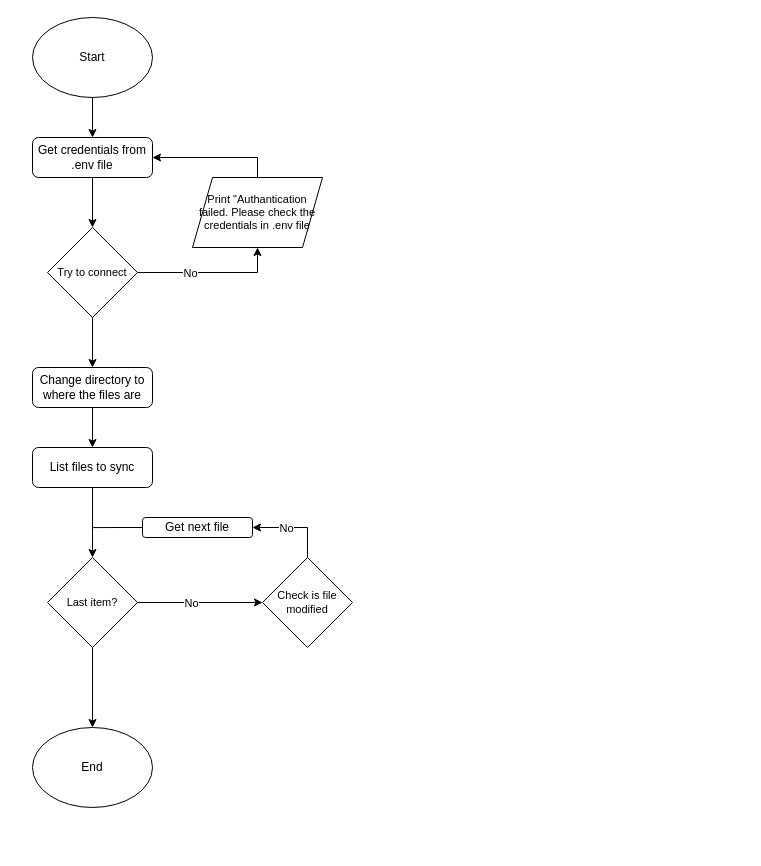
Above: sync.drawio in melihkaragoz/docs (draw.io), before the change. Source tidied: cells renumbered, new cells numbered last; positions are measured from the earlier drawing's top-left corner, leaving out a move shared by most shapes. Both pictures are drawn from the tidied source at 100%, with x=0, y=0 at pixel (32, 17).
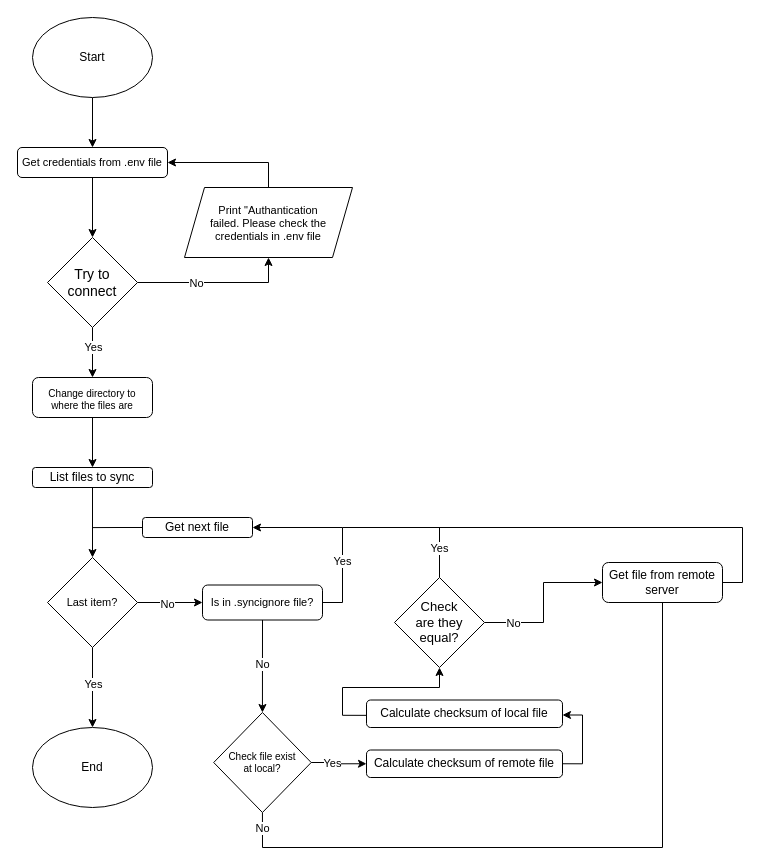
The same page after the edit.

The change refers to these unchanged cells:
```xml
<mxCell id="8" style="edgeStyle=orthogonalEdgeStyle;rounded=0;jettySize=auto;html=1;exitX=0.5;exitY=1;exitDx=0;exitDy=0;entryX=0.5;entryY=0;entryDx=0;entryDy=0;" parent="1" edge="1" source="9" target="13">
  <mxGeometry relative="1" as="geometry" />
</mxCell>
<mxCell id="18" style="edgeStyle=orthogonalEdgeStyle;rounded=0;jettySize=auto;html=1;exitX=0.5;exitY=1;exitDx=0;exitDy=0;entryX=0.5;entryY=0;entryDx=0;entryDy=0;" parent="1" edge="1" source="19" target="25">
  <mxGeometry relative="1" as="geometry" />
</mxCell>
<mxCell id="19" value="Last item?" style="rhombus;whiteSpace=wrap;html=1;fontSize=11;" parent="1" vertex="1">
  <mxGeometry x="15" y="540" width="90" height="90" as="geometry" />
</mxCell>
<mxCell id="24" value="Get next file" style="rounded=1;whiteSpace=wrap;html=1;fontSize=12;glass=0;strokeWidth=1;shadow=0;" parent="1" vertex="1">
  <mxGeometry x="110" y="500" width="110" height="20" as="geometry" />
</mxCell>
```

The edit, as a diff of the source:
```diff
@@
-    <mxCell id="5" value="Get credentials from .env file" style="rounded=1;whiteSpace=wrap;html=1;fontSize=12;glass=0;strokeWidth=1;shadow=0;" parent="1" vertex="1">
-      <mxGeometry y="120" width="120" height="40" as="geometry" />
+    <mxCell id="5" value="Get credentials from .env file" style="rounded=1;whiteSpace=wrap;html=1;fontSize=11;glass=0;strokeWidth=1;shadow=0;" parent="1" vertex="1">
+      <mxGeometry x="-15" y="130" width="150" height="30" as="geometry" />
     </mxCell>
@@
+    <mxCell id="26" value="Yes" style="edgeLabel;html=1;align=center;verticalAlign=middle;" parent="8" vertex="1">
+      <mxGeometry x="-0.23" relative="1" as="geometry" />
+    </mxCell>
-    <mxCell id="9" value="Try to connect" style="rhombus;whiteSpace=wrap;html=1;fontSize=11;" parent="1" vertex="1">
-      <mxGeometry x="15" y="210" width="90" height="90" as="geometry" />
+    <mxCell id="9" value="Try to connect" style="rhombus;whiteSpace=wrap;html=1;fontSize=14;" parent="1" vertex="1">
+      <mxGeometry x="15" y="220" width="90" height="90" as="geometry" />
     </mxCell>
@@
-    <mxCell id="11" value="Print &quot;Authantication failed. Please check the credentials in .env file" style="shape=parallelogram;perimeter=parallelogramPerimeter;fixedSize=1;align=center;fontSize=11;verticalAlign=middle;whiteSpace=wrap;html=1;fontFamily=Helvetica;fontStyle=0;" parent="1" vertex="1">
-      <mxGeometry x="160" y="160" width="130" height="70" as="geometry" />
+    <mxCell id="11" value="Print &quot;Authantication failed. Please check the credentials in .env file" style="shape=parallelogram;perimeter=parallelogramPerimeter;fixedSize=1;align=center;fontSize=11;verticalAlign=middle;whiteSpace=wrap;html=1;fontFamily=Helvetica;fontStyle=0;spacingTop=2;spacing=21;" parent="1" vertex="1">
+      <mxGeometry x="152" y="170" width="168" height="70" as="geometry" />
     </mxCell>
@@
-    <mxCell id="13" value="Change directory to where the files are" style="rounded=1;whiteSpace=wrap;html=1;fontSize=12;glass=0;strokeWidth=1;shadow=0;" parent="1" vertex="1">
-      <mxGeometry y="350" width="120" height="40" as="geometry" />
+    <mxCell id="13" value="Change directory to where the files are" style="rounded=1;whiteSpace=wrap;html=1;fontSize=10;glass=0;strokeWidth=1;shadow=0;spacingTop=4;spacing=5;" parent="1" vertex="1">
+      <mxGeometry y="360" width="120" height="40" as="geometry" />
     </mxCell>
@@
     <mxCell id="15" value="List files to sync" style="rounded=1;whiteSpace=wrap;html=1;fontSize=12;glass=0;strokeWidth=1;shadow=0;" parent="1" vertex="1">
-      <mxGeometry y="430" width="120" height="40" as="geometry" />
+      <mxGeometry y="450" width="120" height="20" as="geometry" />
     </mxCell>
-    <mxCell id="16" style="edgeStyle=orthogonalEdgeStyle;rounded=0;jettySize=auto;html=1;exitX=1;exitY=0.5;exitDx=0;exitDy=0;entryX=0;entryY=0.5;entryDx=0;entryDy=0;" parent="1" edge="1" source="19" target="22">
-      <mxGeometry relative="1" as="geometry" />
-    </mxCell>
-    <mxCell id="17" value="No" style="edgeLabel;html=1;align=center;verticalAlign=middle;" parent="16" vertex="1">
-      <mxGeometry x="-0.15" y="1" relative="1" as="geometry">
-        <mxPoint y="1" as="offset" />
-      </mxGeometry>
-    </mxCell>
@@
+    <mxCell id="27" value="Yes" style="edgeLabel;html=1;align=center;verticalAlign=middle;" parent="18" vertex="1">
+      <mxGeometry x="-0.09" relative="1" as="geometry" />
+    </mxCell>
+    <mxCell id="28" style="edgeStyle=orthogonalEdgeStyle;rounded=0;jettySize=auto;html=1;" parent="1" edge="1" source="19" target="36">
+      <mxGeometry relative="1" as="geometry" />
+    </mxCell>
+    <mxCell id="29" value="No" style="edgeLabel;html=1;align=center;verticalAlign=middle;" parent="28" vertex="1">
+      <mxGeometry x="-0.28" y="2" relative="1" as="geometry">
+        <mxPoint x="6" y="3" as="offset" />
+      </mxGeometry>
+    </mxCell>
@@
-    <mxCell id="20" style="edgeStyle=orthogonalEdgeStyle;rounded=0;jettySize=auto;html=1;exitX=0.5;exitY=0;exitDx=0;exitDy=0;entryX=1;entryY=0.5;entryDx=0;entryDy=0;" parent="1" edge="1" source="22" target="24">
-      <mxGeometry relative="1" as="geometry" />
-    </mxCell>
-    <mxCell id="21" value="No" style="edgeLabel;html=1;align=center;verticalAlign=middle;" parent="20" vertex="1">
-      <mxGeometry x="0.15" y="2" relative="1" as="geometry">
-        <mxPoint x="-3" y="-2" as="offset" />
-      </mxGeometry>
-    </mxCell>
-    <mxCell id="22" value="Check is file modified" style="rhombus;whiteSpace=wrap;html=1;fontSize=11;" parent="1" vertex="1">
-      <mxGeometry x="230" y="540" width="90" height="90" as="geometry" />
-    </mxCell>
@@
+    <mxCell id="30" style="edgeStyle=orthogonalEdgeStyle;rounded=0;jettySize=auto;html=1;exitX=1;exitY=0.5;exitDx=0;exitDy=0;endArrow=none;endFill=0;" parent="1" edge="1" source="31">
+      <mxGeometry relative="1" as="geometry">
+        <mxPoint x="400" y="510" as="targetPoint" />
+        <Array as="points">
+          <mxPoint x="710" y="565" />
+          <mxPoint x="710" y="510" />
+        </Array>
+      </mxGeometry>
+    </mxCell>
+    <mxCell id="31" value="Get file from remote server" style="rounded=1;whiteSpace=wrap;html=1;fontSize=12;glass=0;strokeWidth=1;shadow=0;" parent="1" vertex="1">
+      <mxGeometry x="570" y="545" width="120" height="40" as="geometry" />
+    </mxCell>
+    <mxCell id="32" style="edgeStyle=orthogonalEdgeStyle;rounded=0;jettySize=auto;html=1;exitX=1;exitY=0.5;exitDx=0;exitDy=0;entryX=1;entryY=0.5;entryDx=0;entryDy=0;" parent="1" edge="1" source="36" target="24">
+      <mxGeometry relative="1" as="geometry" />
+    </mxCell>
+    <mxCell id="33" value="Yes" style="edgeLabel;html=1;align=center;verticalAlign=middle;" parent="32" vertex="1">
+      <mxGeometry x="-0.33" y="1" relative="1" as="geometry" />
+    </mxCell>
+    <mxCell id="34" style="edgeStyle=orthogonalEdgeStyle;rounded=0;jettySize=auto;html=1;exitX=0.5;exitY=1;exitDx=0;exitDy=0;entryX=0.5;entryY=0;entryDx=0;entryDy=0;" parent="1" edge="1" source="36" target="49">
+      <mxGeometry relative="1" as="geometry" />
+    </mxCell>
+    <mxCell id="35" value="No" style="edgeLabel;html=1;align=center;verticalAlign=middle;" parent="34" vertex="1">
+      <mxGeometry x="-0.04" y="2" relative="1" as="geometry">
+        <mxPoint x="-2" as="offset" />
+      </mxGeometry>
+    </mxCell>
+    <mxCell id="36" value="Is in .syncignore file?" style="rounded=1;whiteSpace=wrap;html=1;fontSize=11;" parent="1" vertex="1">
+      <mxGeometry x="170" y="567.5" width="120" height="35" as="geometry" />
+    </mxCell>
+    <mxCell id="37" style="edgeStyle=orthogonalEdgeStyle;rounded=0;jettySize=auto;html=1;exitX=1;exitY=0.5;exitDx=0;exitDy=0;entryX=1;entryY=0.5;entryDx=0;entryDy=0;" parent="1" edge="1" source="38">
+      <mxGeometry relative="1" as="geometry">
+        <mxPoint x="530" y="697.5" as="targetPoint" />
+        <Array as="points">
+          <mxPoint x="550" y="746" />
+          <mxPoint x="550" y="698" />
+        </Array>
+      </mxGeometry>
+    </mxCell>
+    <mxCell id="38" value="Calculate checksum of remote file" style="rounded=1;whiteSpace=wrap;html=1;fontSize=12;glass=0;strokeWidth=1;shadow=0;spacing=1;verticalAlign=middle;" parent="1" vertex="1">
+      <mxGeometry x="334" y="732.5" width="196" height="27.5" as="geometry" />
+    </mxCell>
+    <mxCell id="39" style="edgeStyle=orthogonalEdgeStyle;rounded=0;jettySize=auto;html=1;exitX=0;exitY=0.558;exitDx=0;exitDy=0;entryX=0.5;entryY=1;entryDx=0;entryDy=0;exitPerimeter=0;" parent="1" edge="1" source="50" target="44">
+      <mxGeometry relative="1" as="geometry">
+        <Array as="points">
+          <mxPoint x="310" y="698" />
+          <mxPoint x="310" y="670" />
+          <mxPoint x="407" y="670" />
+        </Array>
+      </mxGeometry>
+    </mxCell>
+    <mxCell id="40" style="edgeStyle=orthogonalEdgeStyle;rounded=0;jettySize=auto;html=1;exitX=0.5;exitY=0;exitDx=0;exitDy=0;endArrow=none;endFill=0;" parent="1" edge="1" source="44">
+      <mxGeometry relative="1" as="geometry">
+        <mxPoint x="310" y="510" as="targetPoint" />
+        <Array as="points">
+          <mxPoint x="407" y="510" />
+        </Array>
+      </mxGeometry>
+    </mxCell>
+    <mxCell id="41" value="Yes" style="edgeLabel;html=1;align=center;verticalAlign=middle;" parent="40" vertex="1">
+      <mxGeometry x="-0.08" y="-1" relative="1" as="geometry">
+        <mxPoint x="17" y="21" as="offset" />
+      </mxGeometry>
+    </mxCell>
+    <mxCell id="42" style="edgeStyle=orthogonalEdgeStyle;rounded=0;jettySize=auto;html=1;exitX=1;exitY=0.5;exitDx=0;exitDy=0;entryX=0;entryY=0.5;entryDx=0;entryDy=0;" parent="1" edge="1" source="44" target="31">
+      <mxGeometry relative="1" as="geometry" />
+    </mxCell>
+    <mxCell id="43" value="No" style="edgeLabel;html=1;align=center;verticalAlign=middle;" parent="42" vertex="1">
+      <mxGeometry x="-0.29" y="-1" relative="1" as="geometry">
+        <mxPoint x="-28" y="-1" as="offset" />
+      </mxGeometry>
+    </mxCell>
+    <mxCell id="44" value="Check are they equal?" style="rhombus;whiteSpace=wrap;html=1;fontSize=13;spacing=18;" parent="1" vertex="1">
+      <mxGeometry x="362" y="560" width="90" height="90" as="geometry" />
+    </mxCell>
+    <mxCell id="45" style="edgeStyle=orthogonalEdgeStyle;rounded=0;jettySize=auto;html=1;exitX=1;exitY=0.5;exitDx=0;exitDy=0;entryX=0;entryY=0.5;entryDx=0;entryDy=0;" parent="1" edge="1" source="49" target="38">
+      <mxGeometry relative="1" as="geometry" />
+    </mxCell>
+    <mxCell id="46" value="Yes" style="edgeLabel;html=1;align=center;verticalAlign=middle;" parent="45" vertex="1">
+      <mxGeometry x="-0.27" relative="1" as="geometry" />
+    </mxCell>
+    <mxCell id="47" style="edgeStyle=orthogonalEdgeStyle;rounded=0;jettySize=auto;html=1;exitX=0.5;exitY=1;exitDx=0;exitDy=0;endArrow=none;endFill=0;entryX=0.5;entryY=1;entryDx=0;entryDy=0;" parent="1" edge="1" source="49" target="31">
+      <mxGeometry relative="1" as="geometry">
+        <Array as="points">
+          <mxPoint x="230" y="830" />
+          <mxPoint x="630" y="830" />
+        </Array>
+      </mxGeometry>
+    </mxCell>
+    <mxCell id="48" value="No" style="edgeLabel;html=1;align=center;verticalAlign=middle;rotation=0;" parent="47" vertex="1">
+      <mxGeometry x="-0.4" y="1" relative="1" as="geometry">
+        <mxPoint x="-169" y="-19" as="offset" />
+      </mxGeometry>
+    </mxCell>
+    <mxCell id="49" value="Check file exist at local?" style="rhombus;whiteSpace=wrap;html=1;fontSize=10;spacing=13;" parent="1" vertex="1">
+      <mxGeometry x="181.2" y="695" width="97.5" height="100" as="geometry" />
+    </mxCell>
+    <mxCell id="50" value="Calculate checksum of local file" style="rounded=1;whiteSpace=wrap;html=1;fontSize=12;glass=0;strokeWidth=1;shadow=0;spacing=1;verticalAlign=middle;" parent="1" vertex="1">
+      <mxGeometry x="334" y="682.5" width="196" height="27.5" as="geometry" />
+    </mxCell>
```
